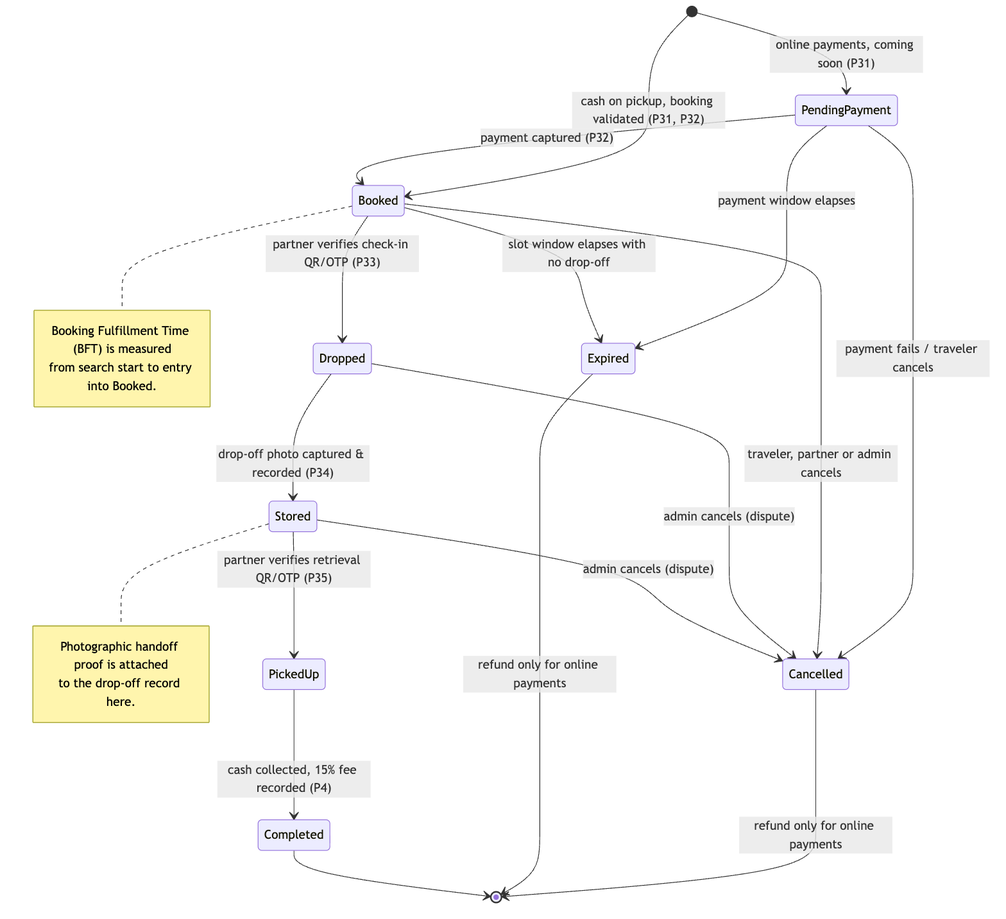
This is assets/state-diagram.png from ISHANT-M/Potli, a Mermaid export, as it was before one commit. Its source is kept beside it as assets/state-diagram.mmd.
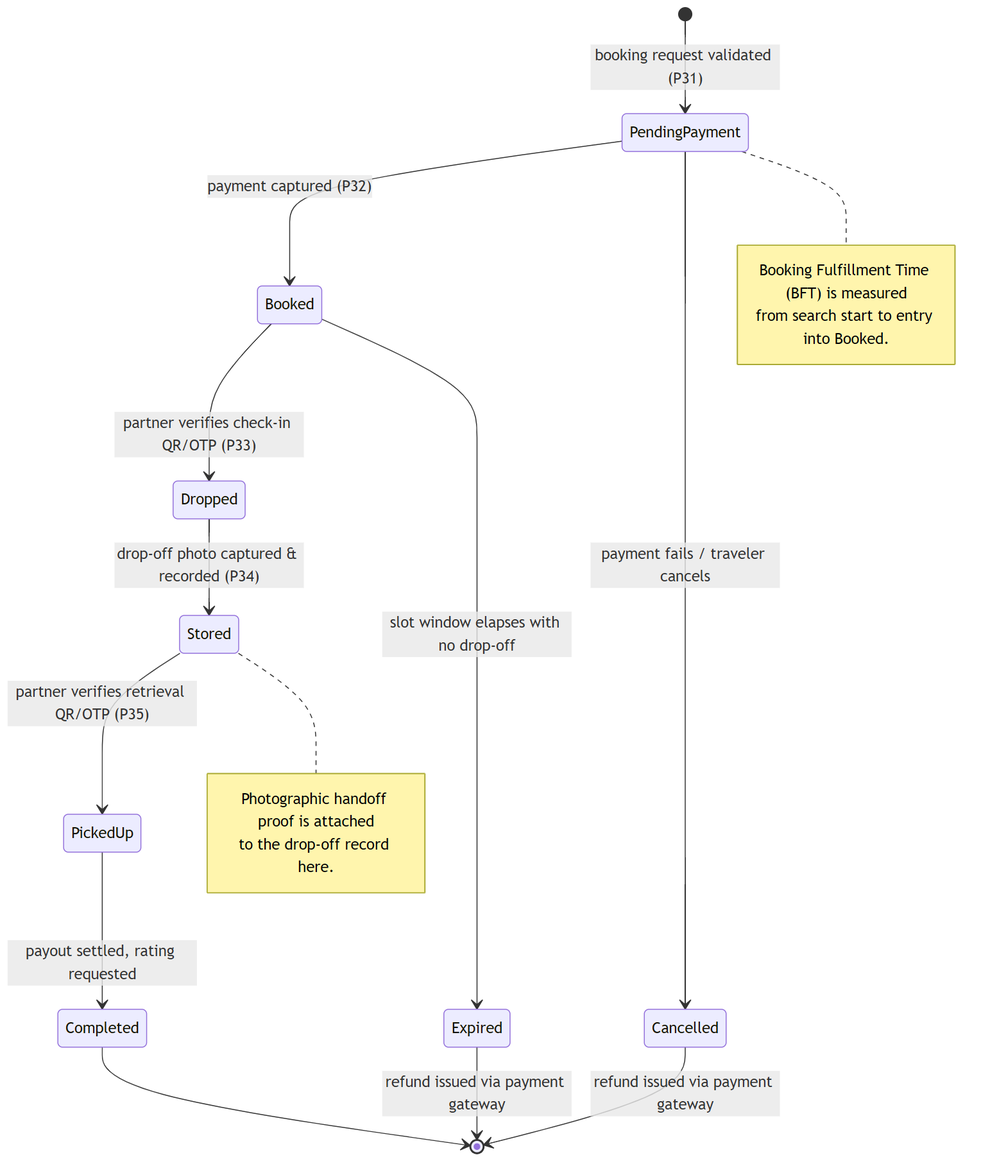
Later version of the same file.

Change to the diagram source:
```diff
@@ -1,28 +1,23 @@
 stateDiagram-v2
-    [*] --> Booked : cash on pickup, booking validated (P31, P32)
-    [*] --> PendingPayment : online payments, coming soon (P31)
+    [*] --> PendingPayment : booking request validated (P31)
 
     PendingPayment --> Booked : payment captured (P32)
     PendingPayment --> Cancelled : payment fails / traveler cancels
-    PendingPayment --> Expired : payment window elapses
 
     Booked --> Dropped : partner verifies check-in QR/OTP (P33)
-    Booked --> Cancelled : traveler, partner or admin cancels
     Booked --> Expired : slot window elapses with no drop-off
 
     Dropped --> Stored : drop-off photo captured & recorded (P34)
-    Dropped --> Cancelled : admin cancels (dispute)
 
     Stored --> PickedUp : partner verifies retrieval QR/OTP (P35)
-    Stored --> Cancelled : admin cancels (dispute)
 
-    PickedUp --> Completed : cash collected, 15% fee recorded (P4)
+    PickedUp --> Completed : payout settled, rating requested
 
-    Cancelled --> [*] : refund only for online payments
-    Expired --> [*] : refund only for online payments
+    Cancelled --> [*] : refund issued via payment gateway
+    Expired --> [*] : refund issued via payment gateway
     Completed --> [*]
 
-    note right of Booked
+    note right of PendingPayment
         Booking Fulfillment Time (BFT) is measured
         from search start to entry into Booked.
     end note
```
